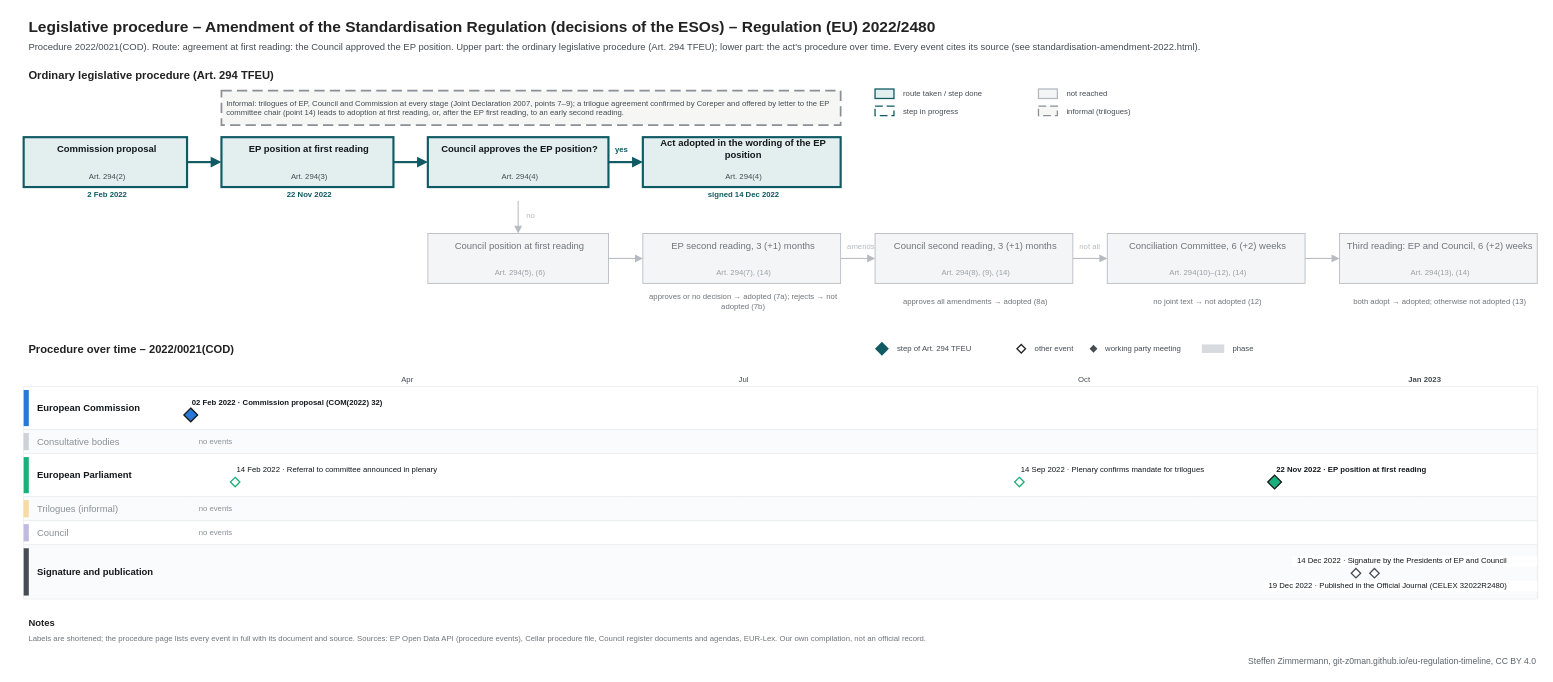
The draw.io diagram procedures/standardisation-amendment-2022.drawio in git-z0man/eu-regulation-timeline, before the edit. Source tidied: cells renumbered, new cells numbered last; positions are measured from the earlier drawing's top-left corner, leaving out a move shared by most shapes. Both pictures are drawn from the tidied source at 86%, with x=0, y=0 at pixel (15, 15).
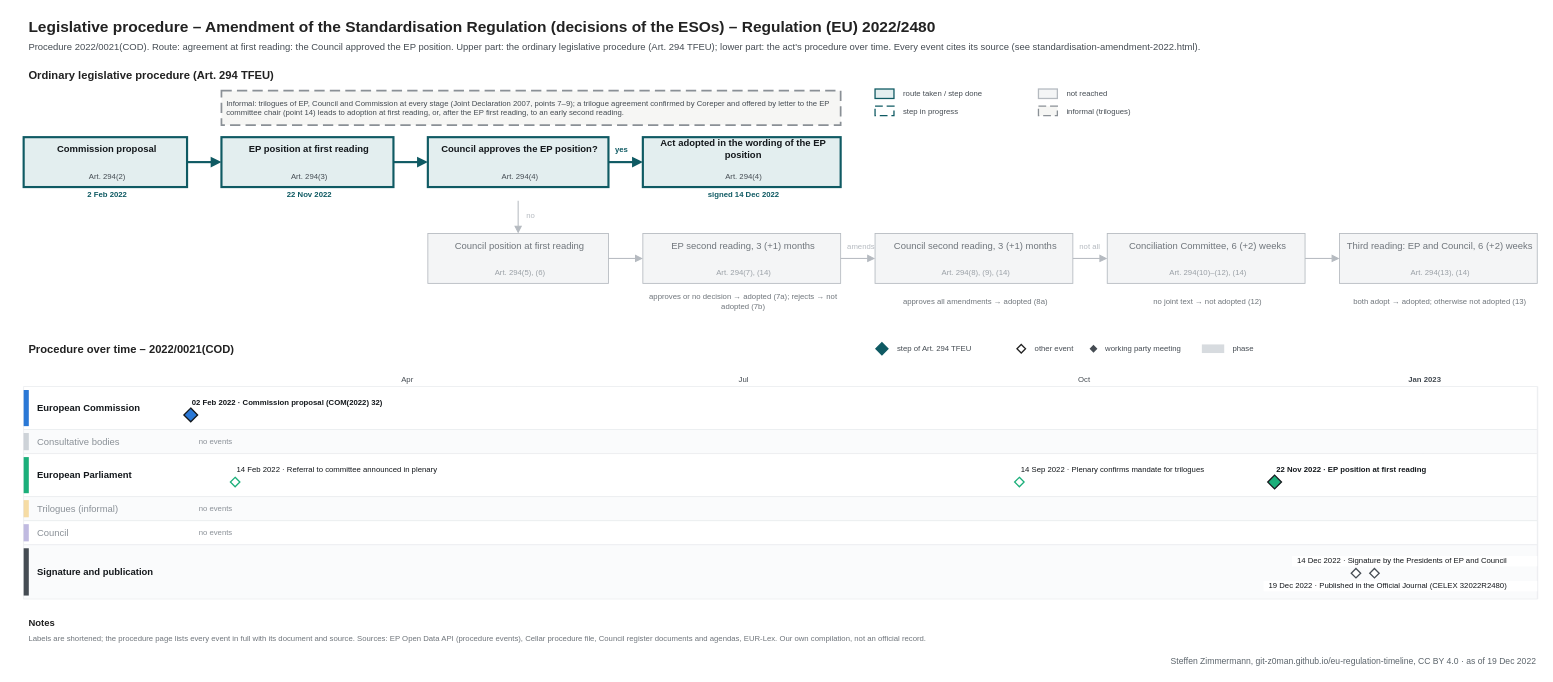
The same diagram, later.

Change to the diagram source:
```diff
@@
-    <mxCell id="122" value="Steffen Zimmermann, git-z0man.github.io/eu-regulation-timeline, CC BY 4.0" style="text;html=1;fontSize=10;fontColor=#5b646b;align=right;verticalAlign=middle;spacingLeft=4;" parent="1" vertex="1">
+    <mxCell id="122" value="Steffen Zimmermann, git-z0man.github.io/eu-regulation-timeline, CC BY 4.0 · as of 19 Dec 2022" style="text;html=1;fontSize=10;fontColor=#5b646b;align=right;verticalAlign=middle;spacingLeft=4;" parent="1" vertex="1">
       <mxGeometry x="10" y="743" width="1760" height="16" as="geometry" />
     </mxCell>
```
